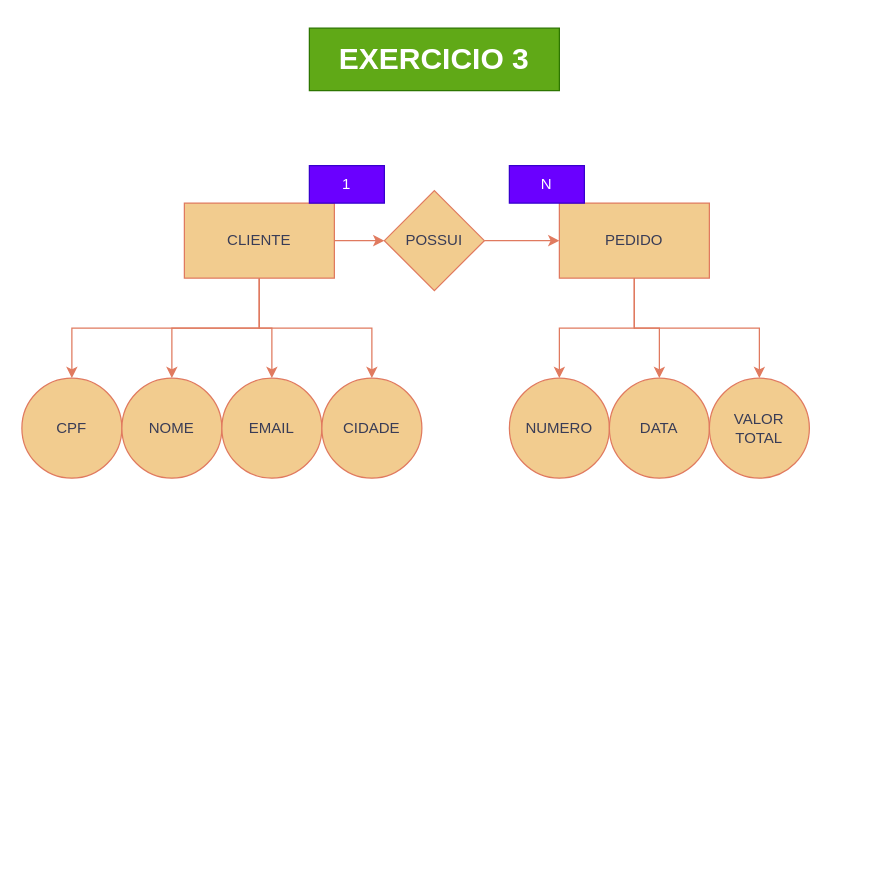
Earlier version of the draw.io diagram ModelagemComDrawio/LOJA.drawio (CesarAugustoNew/Administrador-banco-de-dados). Source tidied: cells renumbered, new cells numbered last; positions are measured from the earlier drawing's top-left corner, leaving out a move shared by most shapes. Both pictures are drawn from the tidied source at 125%, with x=0, y=0 at pixel (21, 28).
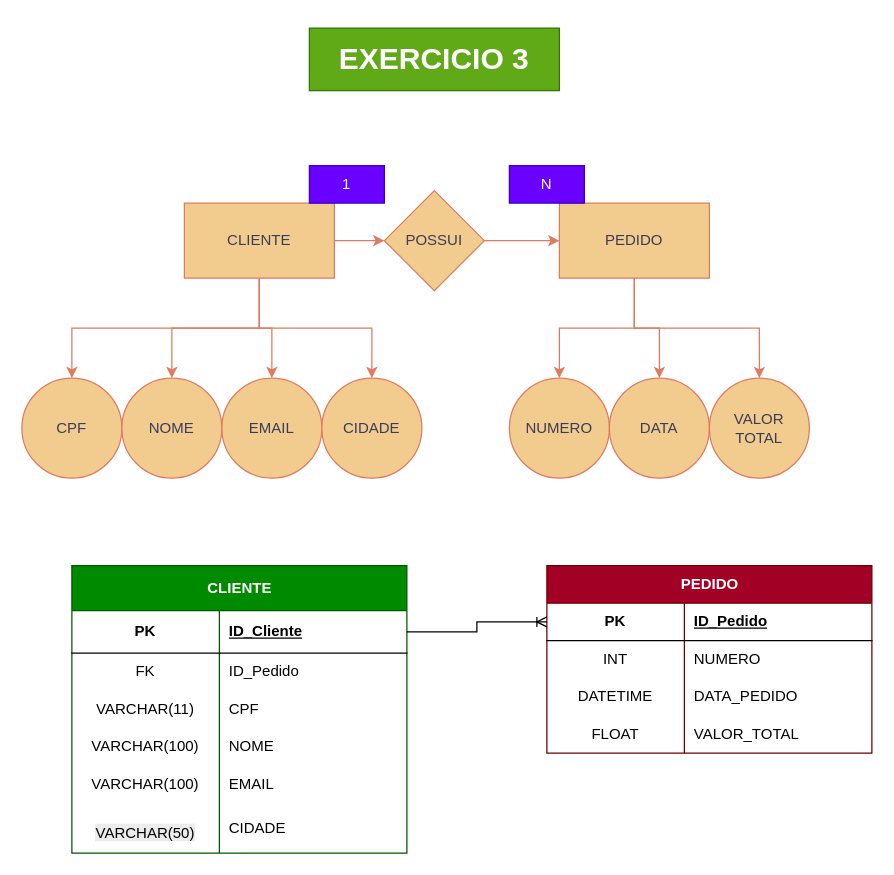
The same diagram, later.

What changed in the source:
```diff
@@
+    <mxCell id="24" value="CLIENTE" style="shape=table;startSize=36;childLayout=tableLayout;rowLines=0;fontStyle=1;align=center;html=1;fillColor=#008a00;fontColor=#ffffff;strokeColor=#005700;miterlimit=4;" parent="1" vertex="1">
+      <mxGeometry x="40" y="430" width="268" height="230" as="geometry" />
+    </mxCell>
+    <mxCell id="25" style="shape=tableRow;horizontal=0;startSize=0;swimlaneHead=0;swimlaneBody=0;fillColor=none;points=[[0,0.5],[1,0.5]];portConstraint=eastwest;top=0;left=0;right=0;bottom=1;" parent="24" vertex="1">
+      <mxGeometry y="36" width="268" height="34" as="geometry" />
+    </mxCell>
+    <mxCell id="26" value="PK" style="shape=partialRectangle;fillColor=none;top=0;left=0;bottom=0;right=0;fontStyle=1;overflow=hidden;whiteSpace=wrap;html=1;" parent="25" vertex="1">
+      <mxGeometry width="118" height="34" as="geometry" />
+    </mxCell>
+    <mxCell id="27" value="ID_Cliente" style="shape=partialRectangle;fillColor=none;top=0;left=0;bottom=0;right=0;align=left;spacingLeft=6;fontStyle=5;overflow=hidden;whiteSpace=wrap;html=1;" parent="25" vertex="1">
+      <mxGeometry x="118" width="150" height="34" as="geometry" />
+    </mxCell>
+    <mxCell id="28" style="shape=tableRow;horizontal=0;startSize=0;swimlaneHead=0;swimlaneBody=0;fillColor=none;top=0;left=0;right=0;bottom=0;" parent="24" vertex="1">
+      <mxGeometry y="70" width="268" height="30" as="geometry" />
+    </mxCell>
+    <mxCell id="29" value="FK" style="shape=partialRectangle;fillColor=none;top=0;left=0;bottom=0;right=0;overflow=hidden;whiteSpace=wrap;html=1;" parent="28" vertex="1">
+      <mxGeometry width="118" height="30" as="geometry" />
+    </mxCell>
+    <mxCell id="30" value="ID_Pedido" style="shape=partialRectangle;fillColor=none;top=0;left=0;bottom=0;right=0;align=left;spacingLeft=6;overflow=hidden;whiteSpace=wrap;html=1;" parent="28" vertex="1">
+      <mxGeometry x="118" width="150" height="30" as="geometry" />
+    </mxCell>
+    <mxCell id="31" style="shape=tableRow;horizontal=0;startSize=0;swimlaneHead=0;swimlaneBody=0;fillColor=none;top=0;left=0;right=0;bottom=0;" parent="24" vertex="1">
+      <mxGeometry y="100" width="268" height="30" as="geometry" />
+    </mxCell>
+    <mxCell id="32" value="VARCHAR(11)" style="shape=partialRectangle;fillColor=none;top=0;left=0;bottom=0;right=0;overflow=hidden;whiteSpace=wrap;html=1;" parent="31" vertex="1">
+      <mxGeometry width="118" height="30" as="geometry" />
+    </mxCell>
+    <mxCell id="33" value="CPF" style="shape=partialRectangle;fillColor=none;top=0;left=0;bottom=0;right=0;align=left;spacingLeft=6;overflow=hidden;whiteSpace=wrap;html=1;" parent="31" vertex="1">
+      <mxGeometry x="118" width="150" height="30" as="geometry" />
+    </mxCell>
+    <mxCell id="34" style="shape=tableRow;horizontal=0;startSize=0;swimlaneHead=0;swimlaneBody=0;fillColor=none;top=0;left=0;right=0;bottom=0;" parent="24" vertex="1">
+      <mxGeometry y="130" width="268" height="30" as="geometry" />
+    </mxCell>
+    <mxCell id="35" value="VARCHAR(100)" style="shape=partialRectangle;fillColor=none;top=0;left=0;bottom=0;right=0;overflow=hidden;whiteSpace=wrap;html=1;" parent="34" vertex="1">
+      <mxGeometry width="118" height="30" as="geometry" />
+    </mxCell>
+    <mxCell id="36" value="NOME" style="shape=partialRectangle;fillColor=none;top=0;left=0;bottom=0;right=0;align=left;spacingLeft=6;overflow=hidden;whiteSpace=wrap;html=1;" parent="34" vertex="1">
+      <mxGeometry x="118" width="150" height="30" as="geometry" />
+    </mxCell>
+    <mxCell id="37" style="shape=tableRow;horizontal=0;startSize=0;swimlaneHead=0;swimlaneBody=0;fillColor=none;top=0;left=0;right=0;bottom=0;" parent="24" vertex="1">
+      <mxGeometry y="160" width="268" height="30" as="geometry" />
+    </mxCell>
+    <mxCell id="38" value="VARCHAR(100)" style="shape=partialRectangle;fillColor=none;top=0;left=0;bottom=0;right=0;overflow=hidden;whiteSpace=wrap;html=1;" parent="37" vertex="1">
+      <mxGeometry width="118" height="30" as="geometry" />
+    </mxCell>
+    <mxCell id="39" value="EMAIL" style="shape=partialRectangle;fillColor=none;top=0;left=0;bottom=0;right=0;align=left;spacingLeft=6;overflow=hidden;whiteSpace=wrap;html=1;" parent="37" vertex="1">
+      <mxGeometry x="118" width="150" height="30" as="geometry" />
+    </mxCell>
+    <mxCell id="40" style="shape=tableRow;horizontal=0;startSize=0;swimlaneHead=0;swimlaneBody=0;fillColor=none;top=0;left=0;right=0;bottom=0;" parent="24" vertex="1">
+      <mxGeometry y="190" width="268" height="40" as="geometry" />
+    </mxCell>
+    <mxCell id="41" value="&lt;br&gt;&lt;span style=&quot;color: rgb(0, 0, 0); font-family: Helvetica; font-size: 12px; font-style: normal; font-variant-ligatures: normal; font-variant-caps: normal; font-weight: 400; letter-spacing: normal; orphans: 2; text-align: center; text-indent: 0px; text-transform: none; widows: 2; word-spacing: 0px; -webkit-text-stroke-width: 0px; white-space: normal; background-color: rgb(236, 236, 236); text-decoration-thickness: initial; text-decoration-style: initial; text-decoration-color: initial; float: none; display: inline !important;&quot;&gt;VARCHAR(50)&lt;/span&gt;&lt;div&gt;&lt;br/&gt;&lt;/div&gt;" style="shape=partialRectangle;fillColor=none;top=0;left=0;bottom=0;right=0;overflow=hidden;whiteSpace=wrap;html=1;" parent="40" vertex="1">
+      <mxGeometry width="118" height="40" as="geometry" />
+    </mxCell>
+    <mxCell id="42" value="CIDADE" style="shape=partialRectangle;fillColor=none;top=0;left=0;bottom=0;right=0;align=left;spacingLeft=6;overflow=hidden;whiteSpace=wrap;html=1;" parent="40" vertex="1">
+      <mxGeometry x="118" width="150" height="40" as="geometry" />
+    </mxCell>
+    <mxCell id="43" value="PEDIDO" style="shape=table;startSize=30;childLayout=tableLayout;rowLines=0;fontStyle=1;align=center;html=1;fillColor=#a20025;strokeColor=#6F0000;fontColor=#ffffff;" parent="1" vertex="1">
+      <mxGeometry x="420" y="430" width="260" height="150" as="geometry" />
+    </mxCell>
+    <mxCell id="44" style="shape=tableRow;horizontal=0;startSize=0;swimlaneHead=0;swimlaneBody=0;fillColor=none;points=[[0,0.5],[1,0.5]];portConstraint=eastwest;top=0;left=0;right=0;bottom=1;" parent="43" vertex="1">
+      <mxGeometry y="30" width="260" height="30" as="geometry" />
+    </mxCell>
+    <mxCell id="45" value="PK" style="shape=partialRectangle;fillColor=none;top=0;left=0;bottom=0;right=0;fontStyle=1;overflow=hidden;whiteSpace=wrap;html=1;" parent="44" vertex="1">
+      <mxGeometry width="110" height="30" as="geometry" />
+    </mxCell>
+    <mxCell id="46" value="ID_Pedido" style="shape=partialRectangle;fillColor=none;top=0;left=0;bottom=0;right=0;align=left;spacingLeft=6;fontStyle=5;overflow=hidden;whiteSpace=wrap;html=1;" parent="44" vertex="1">
+      <mxGeometry x="110" width="150" height="30" as="geometry" />
+    </mxCell>
+    <mxCell id="47" style="shape=tableRow;horizontal=0;startSize=0;swimlaneHead=0;swimlaneBody=0;fillColor=none;top=0;left=0;right=0;bottom=0;" parent="43" vertex="1">
+      <mxGeometry y="60" width="260" height="30" as="geometry" />
+    </mxCell>
+    <mxCell id="48" value="INT" style="shape=partialRectangle;fillColor=none;top=0;left=0;bottom=0;right=0;overflow=hidden;whiteSpace=wrap;html=1;" parent="47" vertex="1">
+      <mxGeometry width="110" height="30" as="geometry" />
+    </mxCell>
+    <mxCell id="49" value="NUMERO" style="shape=partialRectangle;fillColor=none;top=0;left=0;bottom=0;right=0;align=left;spacingLeft=6;overflow=hidden;whiteSpace=wrap;html=1;" parent="47" vertex="1">
+      <mxGeometry x="110" width="150" height="30" as="geometry" />
+    </mxCell>
+    <mxCell id="50" style="shape=tableRow;horizontal=0;startSize=0;swimlaneHead=0;swimlaneBody=0;fillColor=none;top=0;left=0;right=0;bottom=0;" parent="43" vertex="1">
+      <mxGeometry y="90" width="260" height="30" as="geometry" />
+    </mxCell>
+    <mxCell id="51" value="DATETIME" style="shape=partialRectangle;fillColor=none;top=0;left=0;bottom=0;right=0;overflow=hidden;whiteSpace=wrap;html=1;" parent="50" vertex="1">
+      <mxGeometry width="110" height="30" as="geometry" />
+    </mxCell>
+    <mxCell id="52" value="DATA_PEDIDO" style="shape=partialRectangle;fillColor=none;top=0;left=0;bottom=0;right=0;align=left;spacingLeft=6;overflow=hidden;whiteSpace=wrap;html=1;" parent="50" vertex="1">
+      <mxGeometry x="110" width="150" height="30" as="geometry" />
+    </mxCell>
+    <mxCell id="53" style="shape=tableRow;horizontal=0;startSize=0;swimlaneHead=0;swimlaneBody=0;fillColor=none;top=0;left=0;right=0;bottom=0;" parent="43" vertex="1">
+      <mxGeometry y="120" width="260" height="30" as="geometry" />
+    </mxCell>
+    <mxCell id="54" value="FLOAT" style="shape=partialRectangle;fillColor=none;top=0;left=0;bottom=0;right=0;overflow=hidden;whiteSpace=wrap;html=1;" parent="53" vertex="1">
+      <mxGeometry width="110" height="30" as="geometry" />
+    </mxCell>
+    <mxCell id="55" value="VALOR_TOTAL" style="shape=partialRectangle;fillColor=none;top=0;left=0;bottom=0;right=0;align=left;spacingLeft=6;overflow=hidden;whiteSpace=wrap;html=1;" parent="53" vertex="1">
+      <mxGeometry x="110" width="150" height="30" as="geometry" />
+    </mxCell>
+    <mxCell id="56" style="edgeStyle=orthogonalEdgeStyle;fontSize=12;html=1;endArrow=ERoneToMany;rounded=0;exitX=1;exitY=0.5;exitDx=0;exitDy=0;entryX=0;entryY=0.5;entryDx=0;entryDy=0;" parent="1" edge="1" source="25" target="44">
+      <mxGeometry relative="1" as="geometry" />
+    </mxCell>
```
